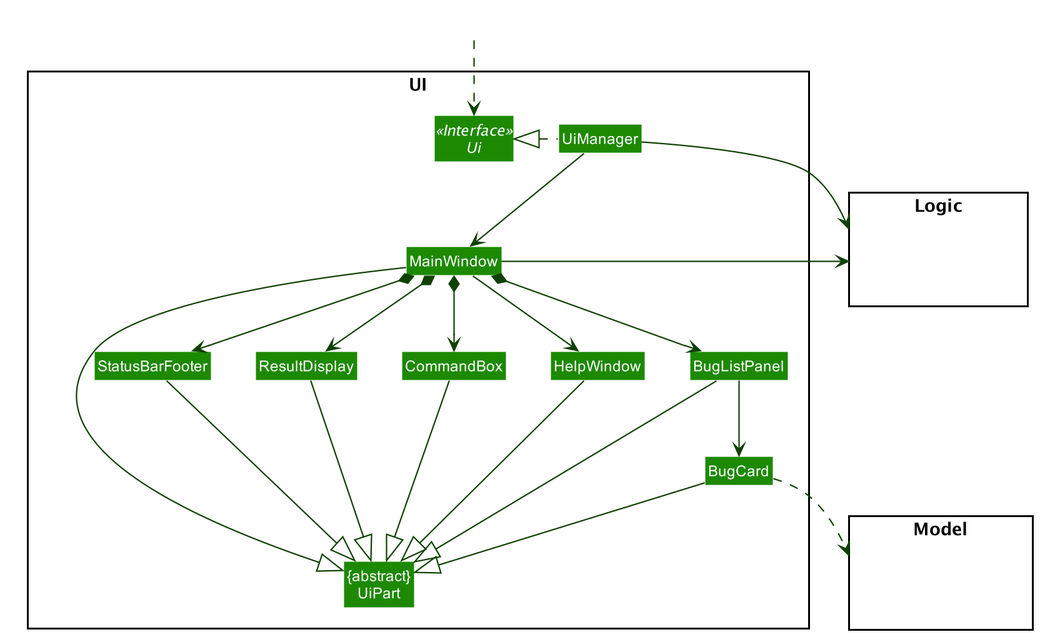
Before: docs/images/UiClassDiagram.png, a diagram exported from PlantUML (the-reefshark/tp). The source it was exported from:
```plantuml
@startuml








skinparam BackgroundColor #FFFFFFF

skinparam Shadowing false

skinparam Class {
    FontColor #FFFFFF
    BorderThickness 1
    BorderColor #FFFFFF
    StereotypeFontColor #FFFFFF
    FontName Arial
}

skinparam Actor {
    BorderColor #000000
    Color #000000
    FontName Arial
}

skinparam Sequence {
    MessageAlign center
    BoxFontSize 15
    BoxPadding 0
    BoxFontColor #FFFFFF
    FontName Arial
}

skinparam Participant {
    FontColor #FFFFFFF
    Padding 20
}

skinparam MinClassWidth 50
skinparam ParticipantPadding 10
skinparam Shadowing false
skinparam DefaultTextAlignment center
skinparam packageStyle Rectangle

hide footbox
hide members
hide circle
skinparam arrowThickness 1.1
skinparam arrowColor #0E4100
skinparam classBackgroundColor #1D8900

package UI <<Rectangle>>{
Interface Ui <<Interface>>
Class "{abstract}\nUiPart" as UiPart
Class UiManager
Class MainWindow
Class HelpWindow
Class ResultDisplay
Class BugListPanel
Class BugCard
Class StatusBarFooter
Class CommandBox
}

package Model <<Rectangle>> {
Class HiddenModel #FFFFFF
}

package Logic <<Rectangle>> {
Class HiddenLogic #FFFFFF
}

Class HiddenOutside #FFFFFF
HiddenOutside ..> Ui

UiManager .left.|> Ui
UiManager -down-> MainWindow
MainWindow --> HelpWindow
MainWindow *-down-> CommandBox
MainWindow *-down-> ResultDisplay
MainWindow *-down-> BugListPanel
MainWindow *-down-> StatusBarFooter

BugListPanel -down-> BugCard

MainWindow -left-|> UiPart

ResultDisplay --|> UiPart
CommandBox --|> UiPart
BugListPanel --|> UiPart
BugCard --|> UiPart
StatusBarFooter --|> UiPart
HelpWindow -down-|> UiPart

BugCard ..> Model
UiManager -right-> Logic
MainWindow -left-> Logic

BugListPanel -[hidden]left- HelpWindow
HelpWindow -[hidden]left- CommandBox
CommandBox -[hidden]left- ResultDisplay
ResultDisplay -[hidden]left- StatusBarFooter

MainWindow -[hidden]-|> UiPart
@enduml
```
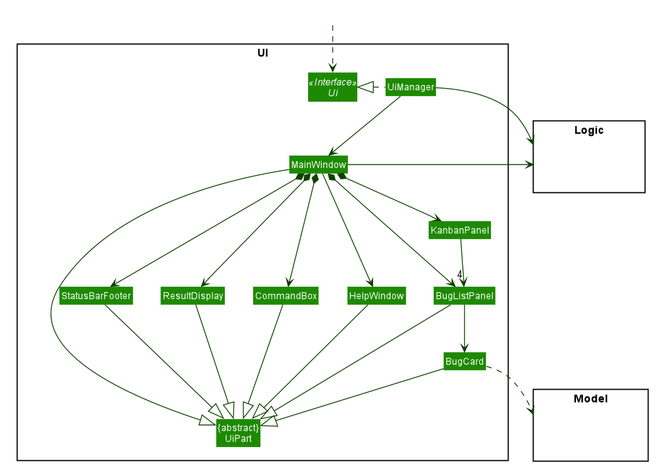
The same file after the commit.

Change to the diagram source:
```diff
@@ -62,6 +62,7 @@
 Class BugCard
 Class StatusBarFooter
 Class CommandBox
+Class KanbanPanel
 }
 
 package Model <<Rectangle>> {
@@ -81,9 +82,11 @@
 MainWindow *-down-> CommandBox
 MainWindow *-down-> ResultDisplay
 MainWindow *-down-> BugListPanel
+MainWindow *-down-> KanbanPanel
 MainWindow *-down-> StatusBarFooter
 
 BugListPanel -down-> BugCard
+KanbanPanel -down-> "4" BugListPanel
 
 MainWindow -left-|> UiPart
 
```
